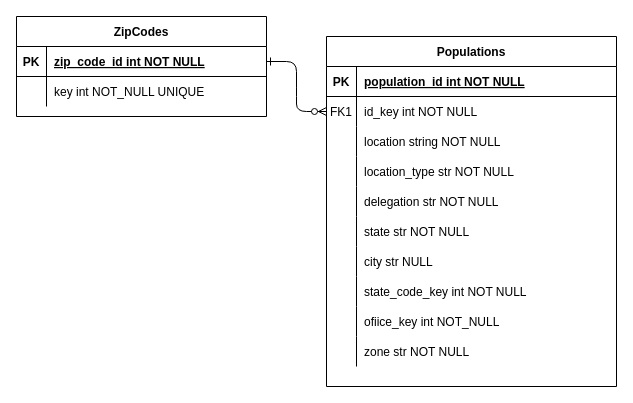
Before: zip-codes/schema-db.drawio in Rola342/CodigoPostal, a draw.io diagram. Source tidied: cells renumbered, new cells numbered last; positions are measured from the earlier drawing's top-left corner, leaving out a move shared by most shapes. Both pictures are drawn from the tidied source at 100%, with x=0, y=0 at pixel (16, 16).
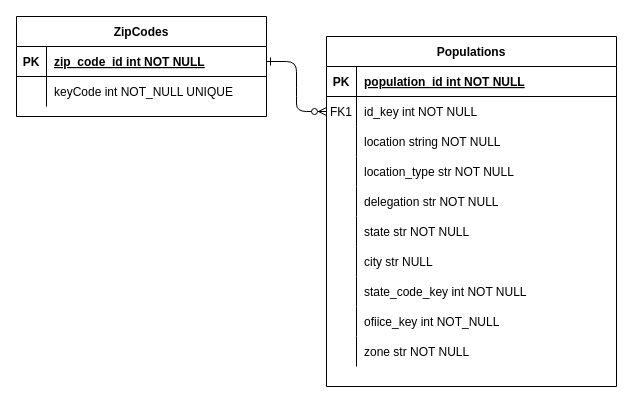
The same diagram, later.

The change refers to these unchanged cells:
```xml
<mxCell id="38" style="shape=partialRectangle;fillColor=none;top=0;left=0;right=0;bottom=0;" parent="34" vertex="1">
  <mxGeometry y="60" width="250" height="30" as="geometry" />
</mxCell>
```

Diff of the diagram source:
```diff
@@
-    <mxCell id="40" value="key int NOT_NULL UNIQUE" style="shape=partialRectangle;overflow=hidden;fillColor=none;top=0;left=0;bottom=0;right=0;align=left;spacingLeft=6;" parent="38" vertex="1">
+    <mxCell id="40" value="keyCode int NOT_NULL UNIQUE" style="shape=partialRectangle;overflow=hidden;fillColor=none;top=0;left=0;bottom=0;right=0;align=left;spacingLeft=6;" parent="38" vertex="1">
       <mxGeometry x="30" width="220" height="30" as="geometry" />
     </mxCell>
```
